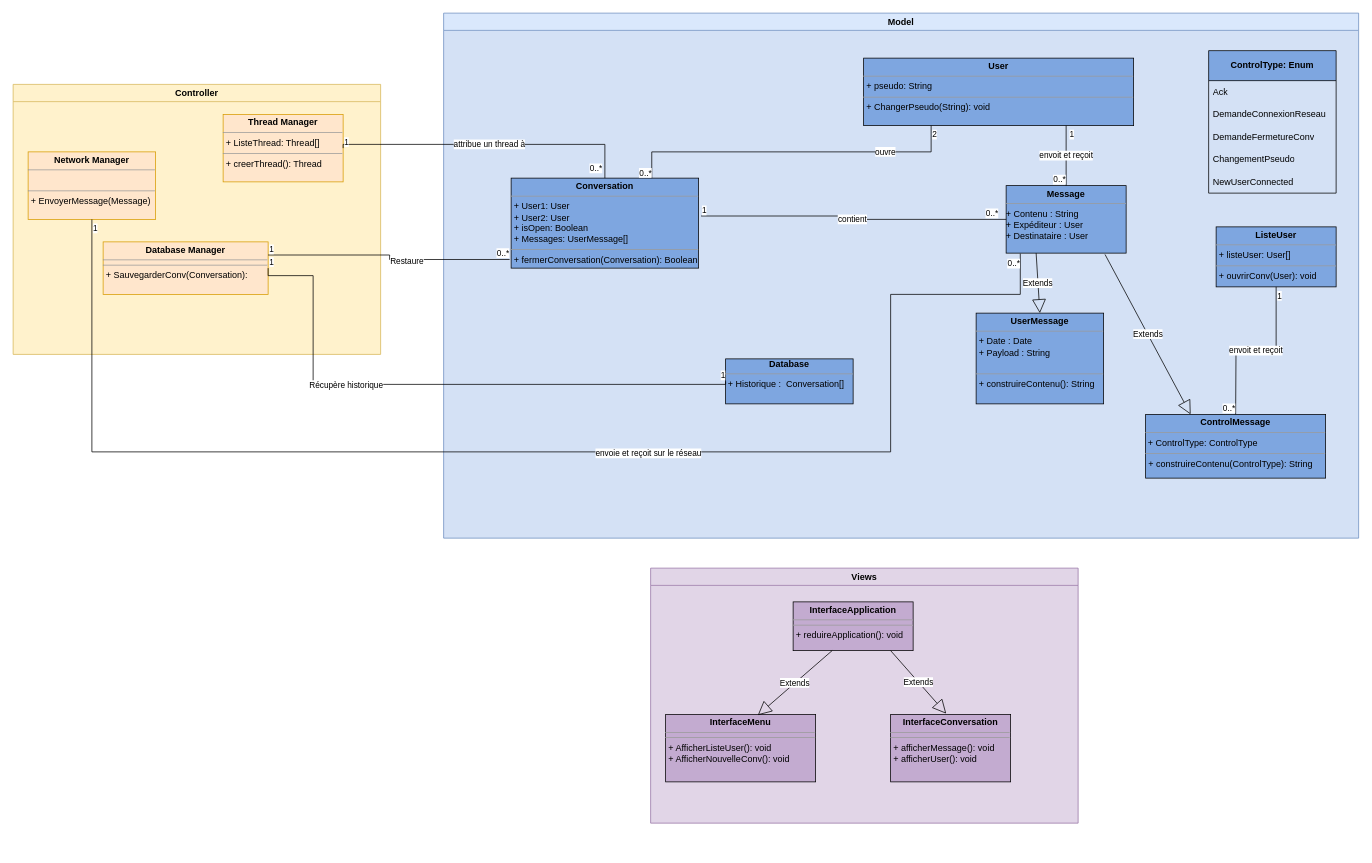
The draw.io diagram Projet/UML/versions modifiables/diagramme_de_classe.drawio in Newglear/UF_projet_java, before the edit. Source tidied: cells renumbered, new cells numbered last; positions are measured from the earlier drawing's top-left corner, leaving out a move shared by most shapes. Both pictures are drawn from the tidied source at 75%, with x=0, y=0 at pixel (13, 13).
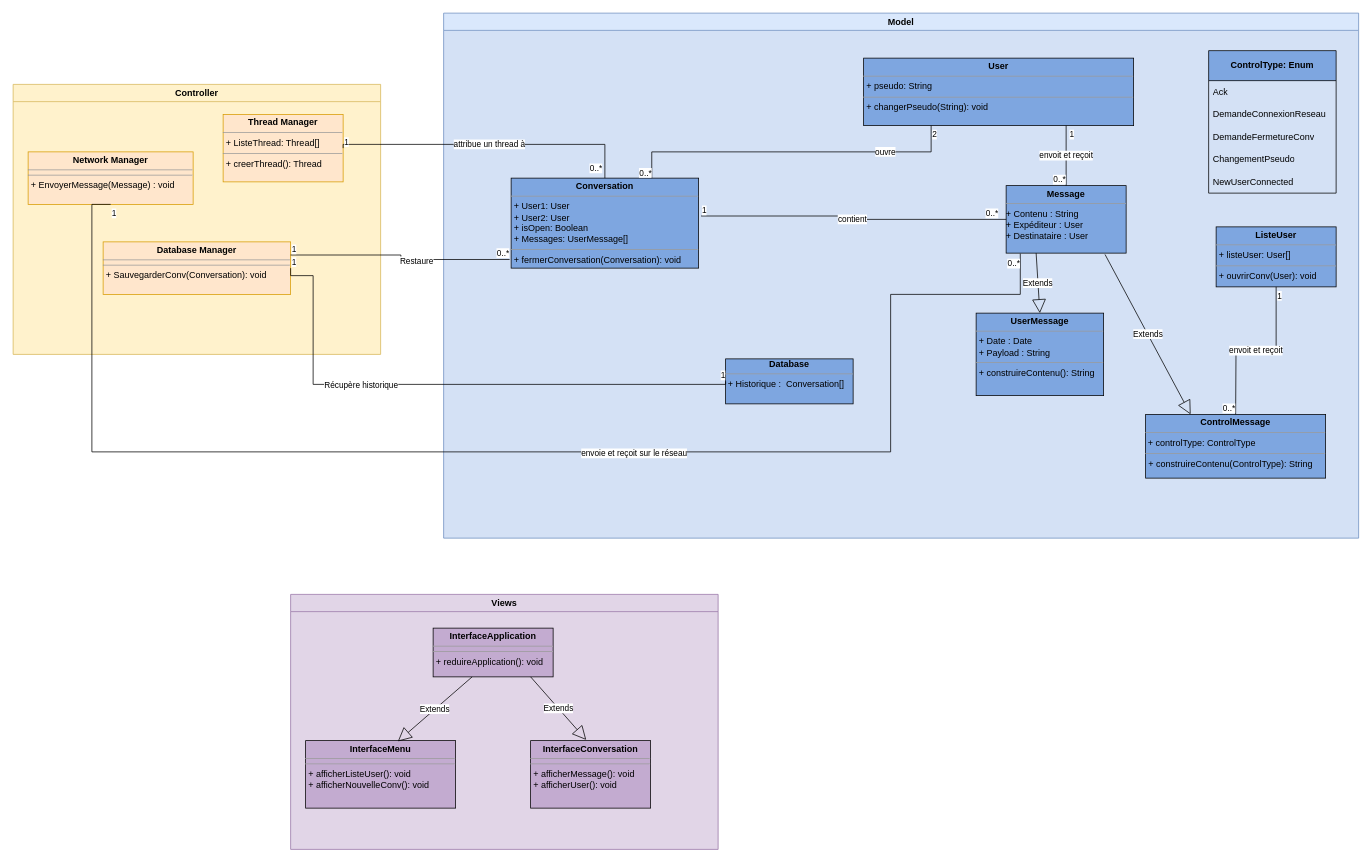
Above is the later version.

Commit message (it also covers changes not shown here):
rangement toujours

The change refers to these unchanged cells:
```xml
<mxCell id="2" value="&lt;div&gt;Controller&lt;/div&gt;" style="swimlane;whiteSpace=wrap;html=1;fillColor=#fff2cc;strokeColor=#d6b656;gradientColor=none;swimlaneFillColor=#FFF2CC;" parent="1" vertex="1">
  <mxGeometry y="95" width="490" height="360" as="geometry" />
</mxCell>
<mxCell id="12" value="&lt;div&gt;Model&lt;/div&gt;" style="swimlane;whiteSpace=wrap;html=1;fillColor=#dae8fc;strokeColor=#6c8ebf;swimlaneFillColor=#D4E1F5;" parent="1" vertex="1">
  <mxGeometry x="574" width="1220" height="700" as="geometry" />
</mxCell>
```

What changed in the source:
```diff
@@
-    <mxCell id="4" value="&lt;p style=&quot;margin:0px;margin-top:4px;text-align:center;&quot;&gt;&lt;b&gt;Database Manager&lt;br&gt;&lt;/b&gt;&lt;/p&gt;&lt;hr size=&quot;1&quot;&gt;&lt;hr size=&quot;1&quot;&gt;&lt;p style=&quot;margin:0px;margin-left:4px;&quot;&gt;+ SauvegarderConv(Conversation): &lt;br&gt;&lt;/p&gt;" style="verticalAlign=top;align=left;overflow=fill;fontSize=12;fontFamily=Helvetica;html=1;fillColor=#ffe6cc;strokeColor=#d79b00;" parent="2" vertex="1">
-      <mxGeometry x="120" y="210" width="220" height="70" as="geometry" />
+    <mxCell id="4" value="&lt;p style=&quot;margin:0px;margin-top:4px;text-align:center;&quot;&gt;&lt;b&gt;Database Manager&lt;br&gt;&lt;/b&gt;&lt;/p&gt;&lt;hr size=&quot;1&quot;&gt;&lt;hr size=&quot;1&quot;&gt;&lt;p style=&quot;margin:0px;margin-left:4px;&quot;&gt;+ SauvegarderConv(Conversation): void&lt;br&gt;&lt;/p&gt;" style="verticalAlign=top;align=left;overflow=fill;fontSize=12;fontFamily=Helvetica;html=1;fillColor=#ffe6cc;strokeColor=#d79b00;" parent="2" vertex="1">
+      <mxGeometry x="120" y="210" width="250" height="70" as="geometry" />
     </mxCell>
-    <mxCell id="5" value="&lt;p style=&quot;margin:0px;margin-top:4px;text-align:center;&quot;&gt;&lt;b&gt;Network Manager&lt;br&gt;&lt;/b&gt;&lt;/p&gt;&lt;hr size=&quot;1&quot;&gt;&lt;p style=&quot;margin:0px;margin-left:4px;&quot;&gt;&lt;br&gt;&lt;/p&gt;&lt;hr size=&quot;1&quot;&gt;&lt;p style=&quot;margin:0px;margin-left:4px;&quot;&gt;+ EnvoyerMessage(Message)&lt;/p&gt;&lt;p style=&quot;margin:0px;margin-left:4px;&quot;&gt;&lt;br&gt;&lt;/p&gt;&lt;p style=&quot;margin:0px;margin-left:4px;&quot;&gt;&lt;br&gt;&lt;/p&gt;" style="verticalAlign=top;align=left;overflow=fill;fontSize=12;fontFamily=Helvetica;html=1;fillColor=#ffe6cc;strokeColor=#d79b00;" parent="2" vertex="1">
-      <mxGeometry x="20" y="90" width="170" height="90" as="geometry" />
+    <mxCell id="5" value="&lt;p style=&quot;margin:0px;margin-top:4px;text-align:center;&quot;&gt;&lt;b&gt;Network Manager&lt;br&gt;&lt;/b&gt;&lt;/p&gt;&lt;hr size=&quot;1&quot;&gt;&lt;hr size=&quot;1&quot;&gt;&lt;p style=&quot;margin:0px;margin-left:4px;&quot;&gt;+ EnvoyerMessage(Message) : void&lt;br&gt;&lt;/p&gt;&lt;p style=&quot;margin:0px;margin-left:4px;&quot;&gt;&lt;br&gt;&lt;/p&gt;&lt;p style=&quot;margin:0px;margin-left:4px;&quot;&gt;&lt;br&gt;&lt;/p&gt;" style="verticalAlign=top;align=left;overflow=fill;fontSize=12;fontFamily=Helvetica;html=1;fillColor=#ffe6cc;strokeColor=#d79b00;" parent="2" vertex="1">
+      <mxGeometry x="20" y="90" width="220" height="70" as="geometry" />
     </mxCell>
     <mxCell id="6" value="&lt;div&gt;Views&lt;/div&gt;" style="swimlane;whiteSpace=wrap;html=1;fillColor=#e1d5e7;strokeColor=#9673a6;swimlaneFillColor=#E1D5E7;" parent="1" vertex="1">
-      <mxGeometry x="850" y="740" width="570" height="340" as="geometry" />
+      <mxGeometry x="370" y="775" width="570" height="340" as="geometry" />
     </mxCell>
-    <mxCell id="7" value="&lt;p style=&quot;margin:0px;margin-top:4px;text-align:center;&quot;&gt;&lt;b&gt;InterfaceMenu&lt;/b&gt;&lt;br&gt;&lt;/p&gt;&lt;hr size=&quot;1&quot;&gt;&lt;hr size=&quot;1&quot;&gt;&lt;p style=&quot;margin:0px;margin-left:4px;&quot;&gt;+ AfficherListeUser(): void&lt;/p&gt;&lt;p style=&quot;margin:0px;margin-left:4px;&quot;&gt;+ AfficherNouvelleConv(): void&lt;br&gt;&lt;/p&gt;" style="verticalAlign=top;align=left;overflow=fill;fontSize=12;fontFamily=Helvetica;html=1;fillColor=#C3ABD0;" parent="6" vertex="1">
+    <mxCell id="7" value="&lt;p style=&quot;margin:0px;margin-top:4px;text-align:center;&quot;&gt;&lt;b&gt;InterfaceMenu&lt;/b&gt;&lt;br&gt;&lt;/p&gt;&lt;hr size=&quot;1&quot;&gt;&lt;hr size=&quot;1&quot;&gt;&lt;p style=&quot;margin:0px;margin-left:4px;&quot;&gt;+ afficherListeUser(): void&lt;/p&gt;&lt;p style=&quot;margin:0px;margin-left:4px;&quot;&gt;+ afficherNouvelleConv(): void&lt;br&gt;&lt;/p&gt;" style="verticalAlign=top;align=left;overflow=fill;fontSize=12;fontFamily=Helvetica;html=1;fillColor=#C3ABD0;" parent="6" vertex="1">
       <mxGeometry x="20" y="195" width="200" height="90" as="geometry" />
     </mxCell>
@@
-    <mxCell id="14" value="&lt;p style=&quot;margin:0px;margin-top:4px;text-align:center;&quot;&gt;&lt;b&gt;Conversation&lt;/b&gt;&lt;/p&gt;&lt;hr size=&quot;1&quot;&gt;&lt;p style=&quot;margin:0px;margin-left:4px;&quot;&gt;+ User1: User&lt;/p&gt;&lt;p style=&quot;margin:0px;margin-left:4px;&quot;&gt;+ User2: User&lt;/p&gt;&lt;p style=&quot;margin:0px;margin-left:4px;&quot;&gt;+ isOpen: Boolean&lt;/p&gt;&lt;p style=&quot;margin:0px;margin-left:4px;&quot;&gt;+ Messages: UserMessage[]&lt;br&gt;&lt;/p&gt;&lt;hr size=&quot;1&quot;&gt;&lt;p style=&quot;margin:0px;margin-left:4px;&quot;&gt;+ fermerConversation(Conversation): Boolean&lt;/p&gt;" style="verticalAlign=top;align=left;overflow=fill;fontSize=12;fontFamily=Helvetica;html=1;fillColor=#7EA6E0;" parent="12" vertex="1">
+    <mxCell id="14" value="&lt;p style=&quot;margin:0px;margin-top:4px;text-align:center;&quot;&gt;&lt;b&gt;Conversation&lt;/b&gt;&lt;/p&gt;&lt;hr size=&quot;1&quot;&gt;&lt;p style=&quot;margin:0px;margin-left:4px;&quot;&gt;+ User1: User&lt;/p&gt;&lt;p style=&quot;margin:0px;margin-left:4px;&quot;&gt;+ User2: User&lt;/p&gt;&lt;p style=&quot;margin:0px;margin-left:4px;&quot;&gt;+ isOpen: Boolean&lt;/p&gt;&lt;p style=&quot;margin:0px;margin-left:4px;&quot;&gt;+ Messages: UserMessage[]&lt;br&gt;&lt;/p&gt;&lt;hr size=&quot;1&quot;&gt;&lt;p style=&quot;margin:0px;margin-left:4px;&quot;&gt;+ fermerConversation(Conversation): void&lt;/p&gt;" style="verticalAlign=top;align=left;overflow=fill;fontSize=12;fontFamily=Helvetica;html=1;fillColor=#7EA6E0;" parent="12" vertex="1">
       <mxGeometry x="90" y="220" width="250" height="120" as="geometry" />
     </mxCell>
@@
-    <mxCell id="18" value="&lt;p style=&quot;margin:0px;margin-top:4px;text-align:center;&quot;&gt;&lt;b&gt;User&lt;/b&gt;&lt;/p&gt;&lt;hr size=&quot;1&quot;&gt;&lt;p style=&quot;margin:0px;margin-left:4px;&quot;&gt;+ pseudo: String&lt;/p&gt;&lt;hr size=&quot;1&quot;&gt;&lt;p style=&quot;margin:0px;margin-left:4px;&quot;&gt;+ ChangerPseudo(String): void&lt;br&gt;&lt;/p&gt;" style="verticalAlign=top;align=left;overflow=fill;fontSize=12;fontFamily=Helvetica;html=1;fillColor=#7EA6E0;" parent="12" vertex="1">
+    <mxCell id="18" value="&lt;p style=&quot;margin:0px;margin-top:4px;text-align:center;&quot;&gt;&lt;b&gt;User&lt;/b&gt;&lt;/p&gt;&lt;hr size=&quot;1&quot;&gt;&lt;p style=&quot;margin:0px;margin-left:4px;&quot;&gt;+ pseudo: String&lt;/p&gt;&lt;hr size=&quot;1&quot;&gt;&lt;p style=&quot;margin:0px;margin-left:4px;&quot;&gt;+ changerPseudo(String): void&lt;br&gt;&lt;/p&gt;" style="verticalAlign=top;align=left;overflow=fill;fontSize=12;fontFamily=Helvetica;html=1;fillColor=#7EA6E0;" parent="12" vertex="1">
       <mxGeometry x="560" y="60" width="360" height="90" as="geometry" />
     </mxCell>
@@
-    <mxCell id="23" value="&lt;p style=&quot;margin:0px;margin-top:4px;text-align:center;&quot;&gt;&lt;b&gt;UserMessage&lt;/b&gt;&lt;br&gt;&lt;/p&gt;&lt;hr size=&quot;1&quot;&gt;&lt;p style=&quot;margin:0px;margin-left:4px;&quot;&gt;+ Date : Date &lt;br&gt;&lt;/p&gt;&lt;p style=&quot;margin:0px;margin-left:4px;&quot;&gt;+ Payload : String&lt;/p&gt;&lt;p style=&quot;margin:0px;margin-left:4px;&quot;&gt;&lt;br&gt;&lt;/p&gt;&lt;hr size=&quot;1&quot;&gt;&lt;p style=&quot;margin:0px;margin-left:4px;&quot;&gt;+ construireContenu(): String&lt;br&gt;&lt;/p&gt;" style="verticalAlign=top;align=left;overflow=fill;fontSize=12;fontFamily=Helvetica;html=1;fillColor=#7EA6E0;" parent="12" vertex="1">
-      <mxGeometry x="710" y="400" width="170" height="121" as="geometry" />
+    <mxCell id="23" value="&lt;p style=&quot;margin:0px;margin-top:4px;text-align:center;&quot;&gt;&lt;b&gt;UserMessage&lt;/b&gt;&lt;br&gt;&lt;/p&gt;&lt;hr size=&quot;1&quot;&gt;&lt;p style=&quot;margin:0px;margin-left:4px;&quot;&gt;+ Date : Date &lt;br&gt;&lt;/p&gt;&lt;p style=&quot;margin:0px;margin-left:4px;&quot;&gt;+ Payload : String&lt;/p&gt;&lt;hr size=&quot;1&quot;&gt;&lt;p style=&quot;margin:0px;margin-left:4px;&quot;&gt;+ construireContenu(): String&lt;br&gt;&lt;/p&gt;" style="verticalAlign=top;align=left;overflow=fill;fontSize=12;fontFamily=Helvetica;html=1;fillColor=#7EA6E0;" parent="12" vertex="1">
+      <mxGeometry x="710" y="400" width="170" height="110" as="geometry" />
     </mxCell>
@@
-    <mxCell id="25" value="&lt;p style=&quot;margin:0px;margin-top:4px;text-align:center;&quot;&gt;&lt;b&gt;ControlMessage&lt;/b&gt;&lt;br&gt;&lt;/p&gt;&lt;hr size=&quot;1&quot;&gt;&amp;nbsp;+ ControlType: ControlType&lt;br&gt;&lt;hr size=&quot;1&quot;&gt;&lt;p style=&quot;margin:0px;margin-left:4px;&quot;&gt;+ construireContenu(ControlType): String&lt;br&gt;&lt;/p&gt;" style="verticalAlign=top;align=left;overflow=fill;fontSize=12;fontFamily=Helvetica;html=1;fillColor=#7EA6E0;" parent="12" vertex="1">
+    <mxCell id="25" value="&lt;p style=&quot;margin:0px;margin-top:4px;text-align:center;&quot;&gt;&lt;b&gt;ControlMessage&lt;/b&gt;&lt;br&gt;&lt;/p&gt;&lt;hr size=&quot;1&quot;&gt;&amp;nbsp;+ controlType: ControlType&lt;br&gt;&lt;hr size=&quot;1&quot;&gt;&lt;p style=&quot;margin:0px;margin-left:4px;&quot;&gt;+ construireContenu(ControlType): String&lt;br&gt;&lt;/p&gt;" style="verticalAlign=top;align=left;overflow=fill;fontSize=12;fontFamily=Helvetica;html=1;fillColor=#7EA6E0;" parent="12" vertex="1">
       <mxGeometry x="936" y="535" width="240" height="85" as="geometry" />
     </mxCell>
```
